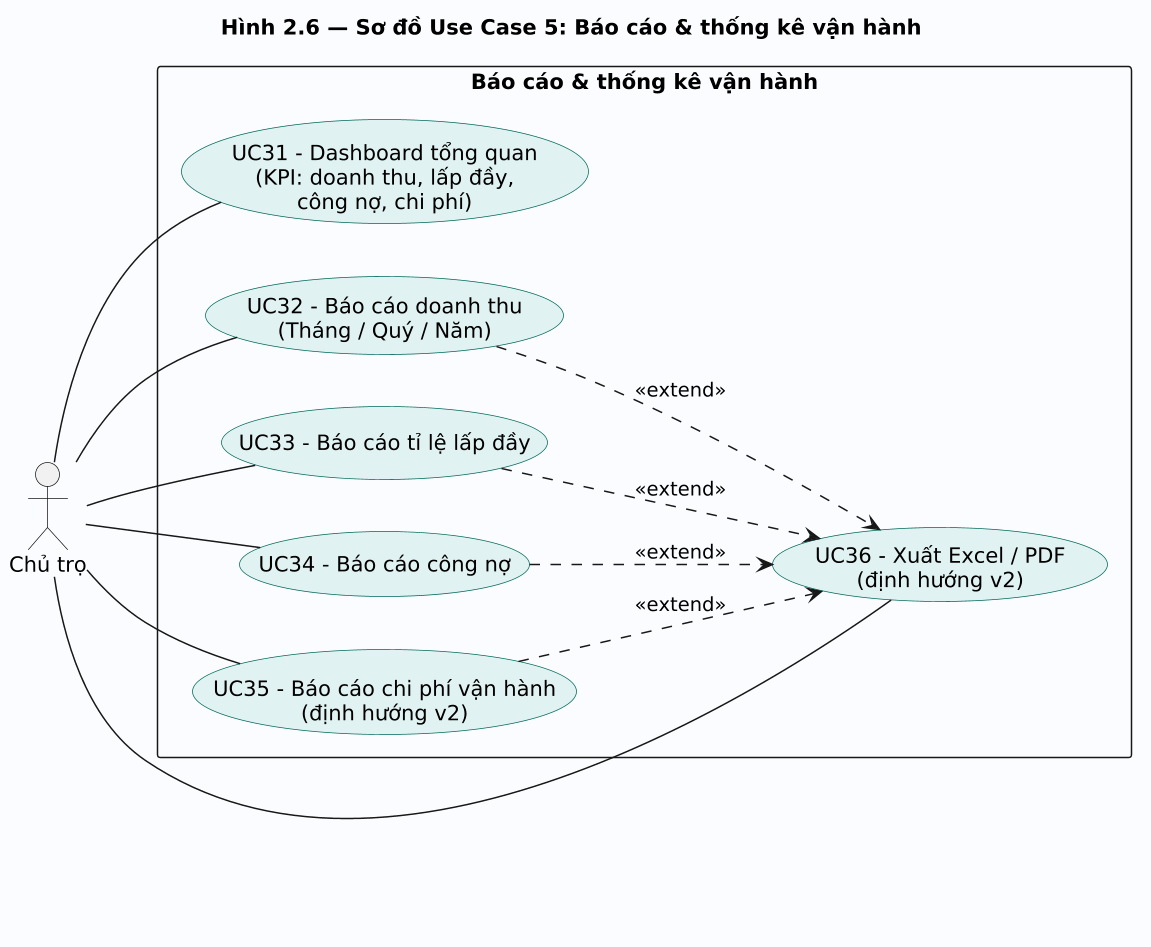
The PlantUML diagram docs/diagrams/png/2.06_uc_report.png in DiepTuHuy/Hostel_Management, before a commit.
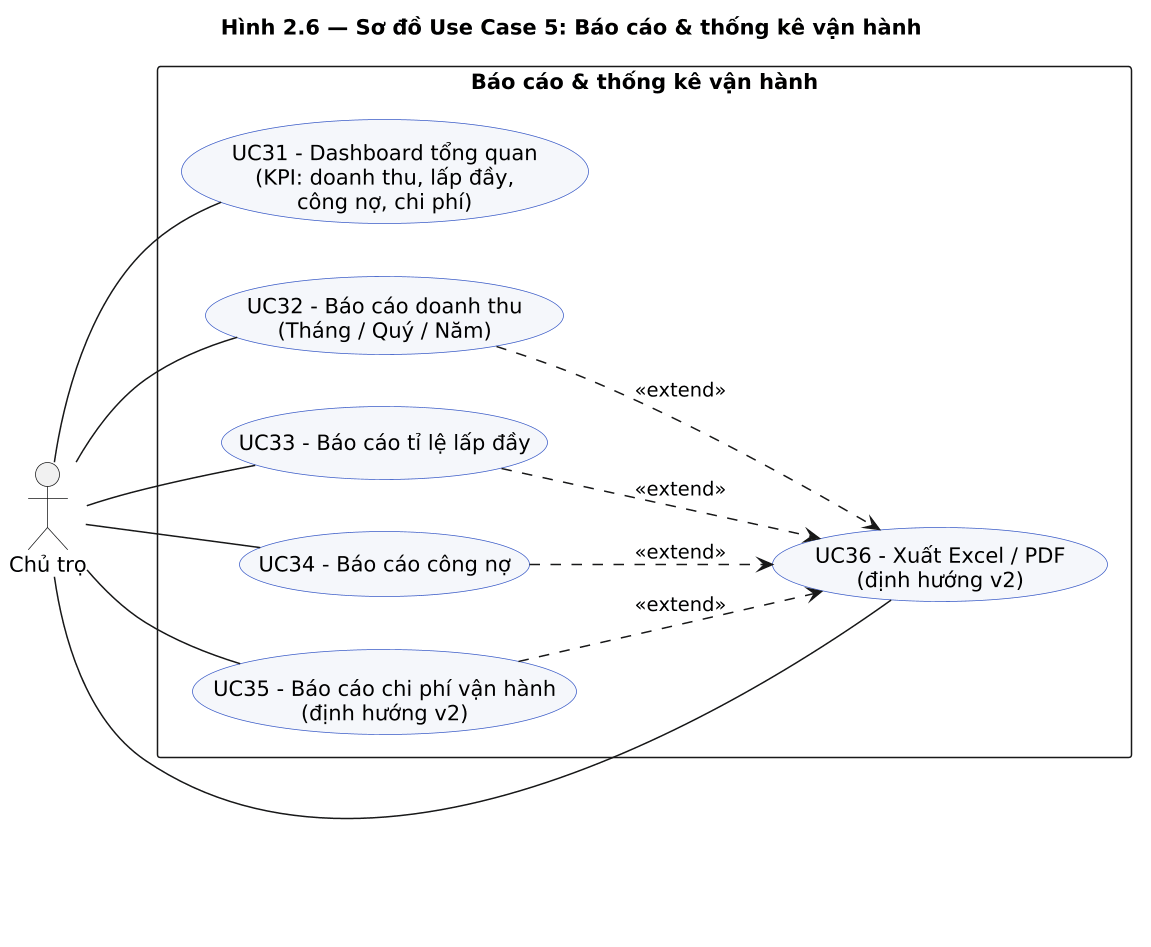
Above is the later version.

The edit, as a diff of the source:
```diff
@@ -6,13 +6,13 @@
 skinparam packageStyle rectangle
 skinparam shadowing false
 skinparam usecase {
-  BackgroundColor #E0F2F1
-  BorderColor #00695C
+  BackgroundColor #F5F7FB
+  BorderColor #3A5BC7
 }
 
 actor "Chủ trọ" as Owner
 
-rectangle "Báo cáo & thống kê vận hành" #FAFCFF {
+rectangle "Báo cáo & thống kê vận hành" {
   usecase "UC31 - Dashboard tổng quan\n(KPI: doanh thu, lấp đầy,\ncông nợ, chi phí)" as R1
   usecase "UC32 - Báo cáo doanh thu\n(Tháng / Quý / Năm)" as R2
   usecase "UC33 - Báo cáo tỉ lệ lấp đầy" as R3
```
